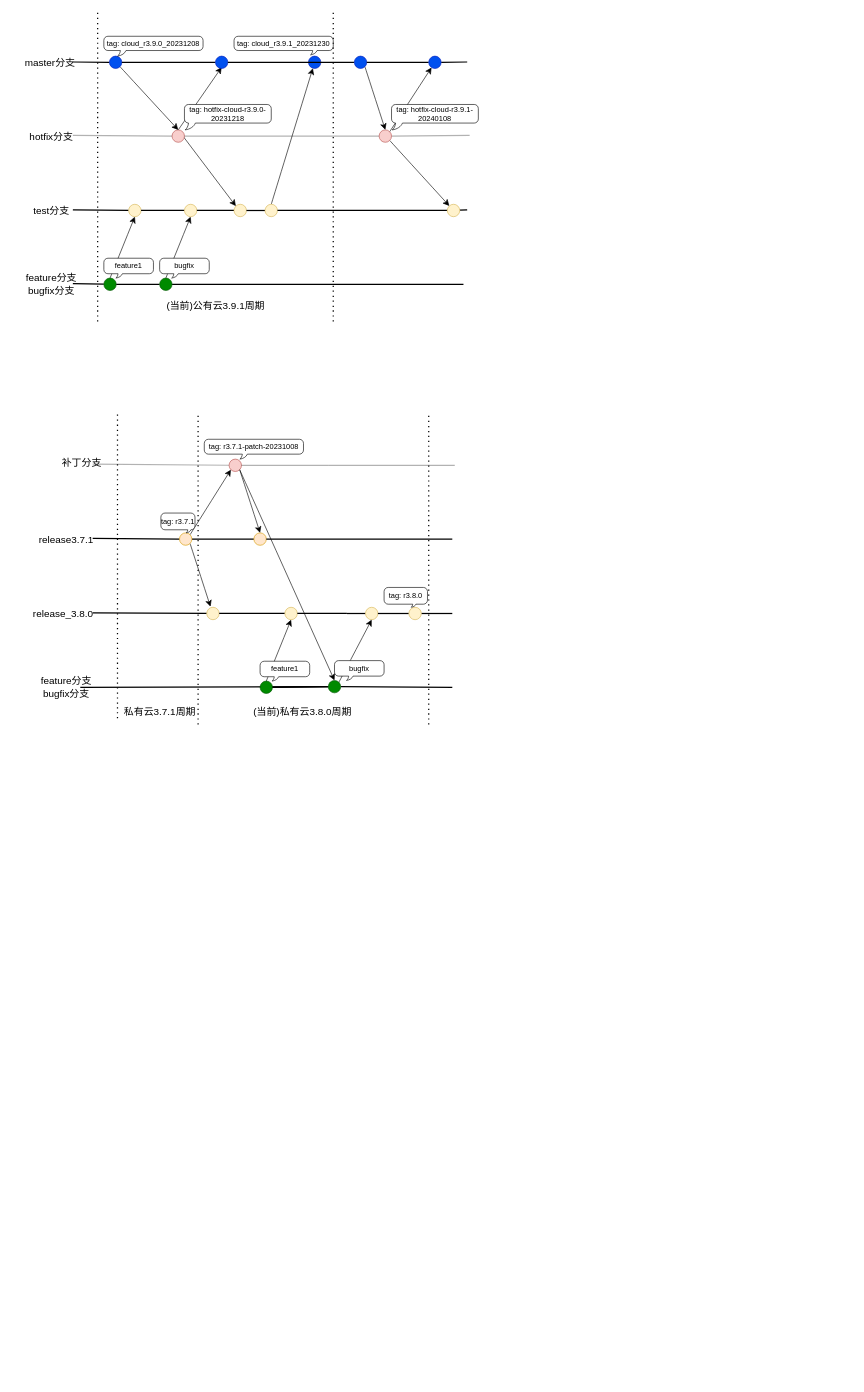
Before: 规范/公有云和智算中心分支流程.drawio in paochiang/draw, a draw.io diagram. Source tidied: cells renumbered, new cells numbered last; positions are measured from the earlier drawing's top-left corner, leaving out a move shared by most shapes. Both pictures are drawn from the tidied source at 62%, with x=0, y=0 at pixel (17, 11).
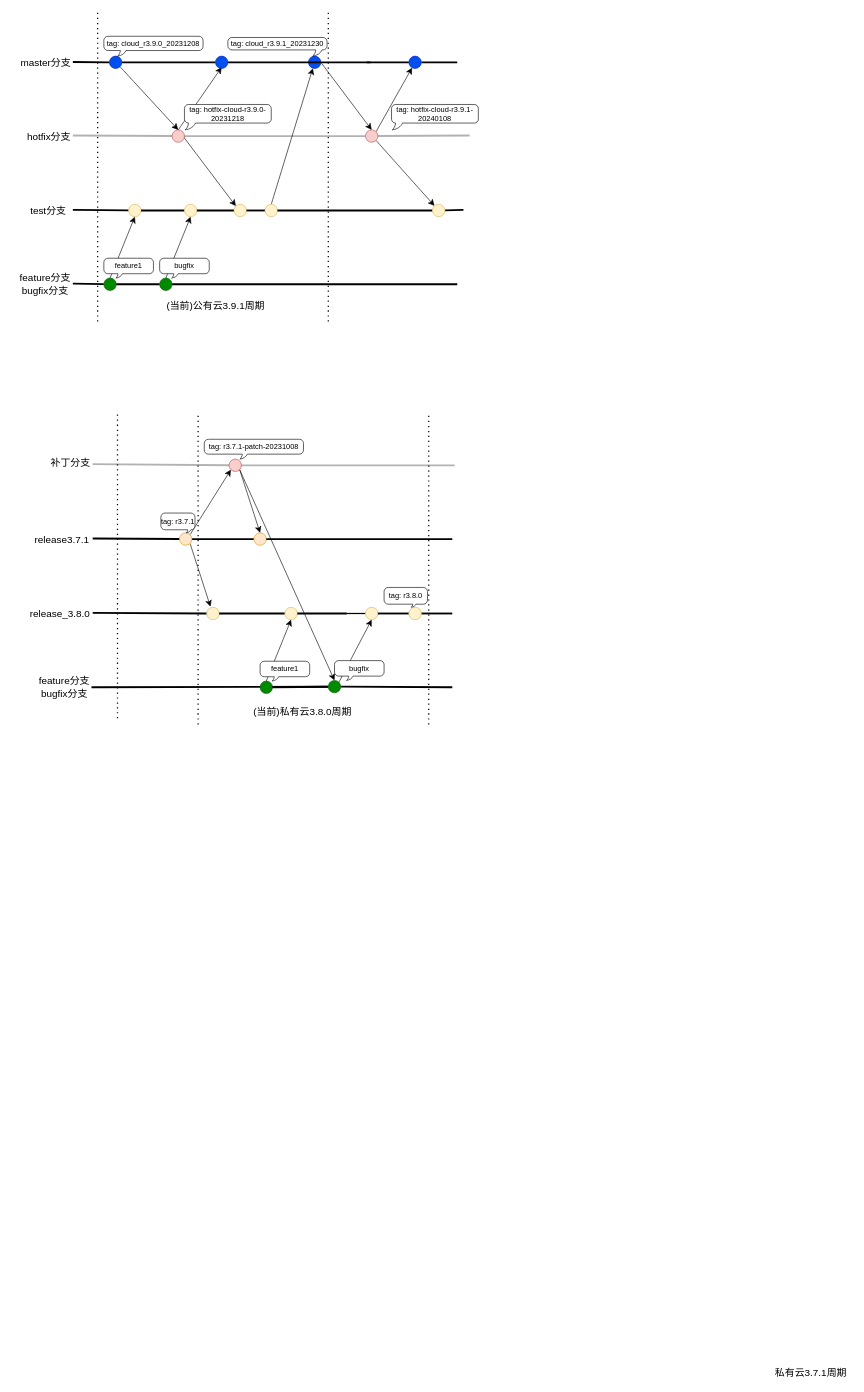
After the change.

Commit message (it also covers changes not shown here):
Update 规范/公有云和智算中心分支流程.drawio

Unchanged cells that the change refers to:
```xml
<mxCell id="13" style="ellipse;whiteSpace=wrap;html=1;fillColor=#008a00;strokeColor=#005700;fontColor=#ffffff;" parent="1" vertex="1">
  <mxGeometry x="140" y="430" width="20" height="20" as="geometry" />
</mxCell>
<mxCell id="17" style="ellipse;whiteSpace=wrap;html=1;fillColor=#f8cecc;strokeColor=#b85450;" parent="1" vertex="1">
  <mxGeometry x="250" y="191" width="20" height="20" as="geometry" />
</mxCell>
<mxCell id="20" style="ellipse;whiteSpace=wrap;html=1;fillColor=#0050ef;strokeColor=#001DBC;fontColor=#ffffff;" parent="1" vertex="1">
  <mxGeometry x="149" y="72" width="20" height="20" as="geometry" />
</mxCell>
<mxCell id="22" style="ellipse;whiteSpace=wrap;html=1;fillColor=#0050ef;strokeColor=#001DBC;fontColor=#ffffff;" parent="1" vertex="1">
  <mxGeometry x="320" y="72" width="20" height="20" as="geometry" />
</mxCell>
<mxCell id="24" style="ellipse;whiteSpace=wrap;html=1;fillColor=#fff2cc;strokeColor=#d6b656;" parent="1" vertex="1">
  <mxGeometry x="180" y="311" width="20" height="20" as="geometry" />
</mxCell>
<mxCell id="27" style="ellipse;whiteSpace=wrap;html=1;fillColor=#008a00;strokeColor=#005700;fontColor=#ffffff;" parent="1" vertex="1">
  <mxGeometry x="230" y="430" width="20" height="20" as="geometry" />
</mxCell>
<mxCell id="29" style="ellipse;whiteSpace=wrap;html=1;fillColor=#fff2cc;strokeColor=#d6b656;" parent="1" vertex="1">
  <mxGeometry x="270" y="311" width="20" height="20" as="geometry" />
</mxCell>
<mxCell id="31" style="ellipse;whiteSpace=wrap;html=1;fillColor=#fff2cc;strokeColor=#d6b656;" parent="1" vertex="1">
  <mxGeometry x="350" y="311" width="20" height="20" as="geometry" />
</mxCell>
<mxCell id="34" style="ellipse;whiteSpace=wrap;html=1;fillColor=#fff2cc;strokeColor=#d6b656;" parent="1" vertex="1">
  <mxGeometry x="400" y="311" width="20" height="20" as="geometry" />
</mxCell>
<mxCell id="35" style="ellipse;whiteSpace=wrap;html=1;fillColor=#0050ef;strokeColor=#001DBC;fontColor=#ffffff;" parent="1" vertex="1">
  <mxGeometry x="470" y="72" width="20" height="20" as="geometry" />
</mxCell>
<mxCell id="63" style="ellipse;whiteSpace=wrap;html=1;fillColor=#ffe6cc;strokeColor=#d79b00;" parent="1" vertex="1">
  <mxGeometry x="382" y="841" width="20" height="20" as="geometry" />
</mxCell>
<mxCell id="66" style="ellipse;whiteSpace=wrap;html=1;fillColor=#f8cecc;strokeColor=#b85450;" parent="1" vertex="1">
  <mxGeometry x="342" y="722" width="20" height="20" as="geometry" />
</mxCell>
<mxCell id="69" style="ellipse;whiteSpace=wrap;html=1;fillColor=#fff2cc;strokeColor=#d6b656;" parent="1" vertex="1">
  <mxGeometry x="306" y="961" width="20" height="20" as="geometry" />
</mxCell>
<mxCell id="72" style="ellipse;whiteSpace=wrap;html=1;fillColor=#008a00;strokeColor=#005700;fontColor=#ffffff;" parent="1" vertex="1">
  <mxGeometry x="392" y="1080" width="20" height="20" as="geometry" />
</mxCell>
<mxCell id="74" style="ellipse;whiteSpace=wrap;html=1;fillColor=#fff2cc;strokeColor=#d6b656;" parent="1" vertex="1">
  <mxGeometry x="432" y="961" width="20" height="20" as="geometry" />
</mxCell>
<mxCell id="77" style="ellipse;whiteSpace=wrap;html=1;fillColor=#fff2cc;strokeColor=#d6b656;" parent="1" vertex="1">
  <mxGeometry x="562" y="961" width="20" height="20" as="geometry" />
</mxCell>
<mxCell id="89" style="ellipse;whiteSpace=wrap;html=1;fillColor=#ffe6cc;strokeColor=#d79b00;" parent="1" vertex="1">
  <mxGeometry x="262" y="841" width="20" height="20" as="geometry" />
</mxCell>
<mxCell id="93" style="ellipse;whiteSpace=wrap;html=1;fillColor=#008a00;strokeColor=#005700;fontColor=#ffffff;" parent="1" vertex="1">
  <mxGeometry x="502" y="1079" width="20" height="20" as="geometry" />
</mxCell>
<mxCell id="97" style="ellipse;whiteSpace=wrap;html=1;fillColor=#fff2cc;strokeColor=#d6b656;" parent="1" vertex="1">
  <mxGeometry x="632" y="961" width="20" height="20" as="geometry" />
</mxCell>
```

Change to the diagram source:
```diff
@@
-    <mxCell id="2" style="endArrow=none;html=1;rounded=0;fontSize=12;startSize=8;endSize=8;curved=1;strokeWidth=2;opacity=30;" parent="1" edge="1" source="39">
+    <mxCell id="2" style="endArrow=none;html=1;rounded=0;fontSize=12;startSize=8;endSize=8;curved=1;strokeWidth=3;opacity=30;" parent="1" edge="1" source="39">
       <mxGeometry relative="1" as="geometry">
         <mxPoint x="730" y="200" as="targetPoint" />
       </mxGeometry>
     </mxCell>
     <mxCell id="3" value="hotfix分支" style="text;html=1;align=center;verticalAlign=middle;strokeColor=none;fillColor=none;fontSize=16;" parent="1" vertex="1">
-      <mxGeometry x="10" y="186" width="90" height="30" as="geometry" />
+      <mxGeometry x="6" y="186" width="90" height="30" as="geometry" />
     </mxCell>
-    <mxCell id="4" style="endArrow=none;html=1;rounded=0;fontSize=12;startSize=8;endSize=8;curved=1;strokeWidth=2;" parent="1" edge="1" source="44">
+    <mxCell id="4" style="endArrow=none;html=1;rounded=0;fontSize=12;startSize=8;endSize=8;curved=1;strokeWidth=3;" parent="1" edge="1" source="44">
       <mxGeometry relative="1" as="geometry">
-        <mxPoint x="726" y="320" as="targetPoint" />
+        <mxPoint x="720" y="320" as="targetPoint" />
       </mxGeometry>
     </mxCell>
     <mxCell id="5" value="test分支" style="text;html=1;align=center;verticalAlign=middle;strokeColor=none;fillColor=none;fontSize=16;" parent="1" vertex="1">
-      <mxGeometry x="15" y="306" width="80" height="30" as="geometry" />
+      <mxGeometry x="10" y="306" width="80" height="30" as="geometry" />
     </mxCell>
-    <mxCell id="6" style="endArrow=none;html=1;rounded=0;fontSize=12;startSize=8;endSize=8;curved=1;strokeWidth=2;" parent="1" edge="1" source="27">
+    <mxCell id="6" style="endArrow=none;html=1;rounded=0;fontSize=12;startSize=8;endSize=8;curved=1;strokeWidth=3;" parent="1" edge="1" source="27">
       <mxGeometry relative="1" as="geometry">
-        <mxPoint x="720" y="440" as="targetPoint" />
+        <mxPoint x="710" y="440" as="targetPoint" />
       </mxGeometry>
     </mxCell>
     <mxCell id="7" value="feature分支&lt;br&gt;bugfix分支" style="text;html=1;align=center;verticalAlign=middle;strokeColor=none;fillColor=none;fontSize=16;" parent="1" vertex="1">
-      <mxGeometry y="415" width="110" height="50" as="geometry" />
+      <mxGeometry x="-10" y="415" width="110" height="50" as="geometry" />
     </mxCell>
@@
-    <mxCell id="10" style="endArrow=none;html=1;rounded=0;fontSize=12;startSize=8;endSize=8;curved=1;strokeWidth=2;" parent="1" edge="1" source="46">
+    <mxCell id="10" style="endArrow=none;html=1;rounded=0;fontSize=12;startSize=8;endSize=8;curved=1;strokeWidth=3;" parent="1" edge="1" source="46">
       <mxGeometry relative="1" as="geometry">
-        <mxPoint x="726" y="81.5" as="targetPoint" />
+        <mxPoint x="710" y="82" as="targetPoint" />
       </mxGeometry>
     </mxCell>
     <mxCell id="11" value="master分支" style="text;html=1;align=center;verticalAlign=middle;strokeColor=none;fillColor=none;fontSize=16;" parent="1" vertex="1">
-      <mxGeometry x="3" y="67" width="100" height="30" as="geometry" />
+      <mxGeometry x="-4" y="67" width="100" height="30" as="geometry" />
     </mxCell>
-    <mxCell id="12" style="endArrow=none;html=1;rounded=0;fontSize=12;startSize=8;endSize=8;curved=1;strokeWidth=2;" parent="1" edge="1" target="13">
+    <mxCell id="12" style="endArrow=none;html=1;rounded=0;fontSize=12;startSize=8;endSize=8;curved=1;strokeWidth=3;" parent="1" edge="1" target="13">
       <mxGeometry relative="1" as="geometry">
         <mxPoint x="90" y="439" as="sourcePoint" />
       </mxGeometry>
     </mxCell>
@@
-    <mxCell id="15" style="endArrow=none;html=1;rounded=0;fontSize=12;startSize=8;endSize=8;curved=1;strokeWidth=2;opacity=30;" parent="1" edge="1" target="17">
+    <mxCell id="15" style="endArrow=none;html=1;rounded=0;fontSize=12;startSize=8;endSize=8;curved=1;strokeWidth=3;opacity=30;" parent="1" edge="1" target="17">
       <mxGeometry relative="1" as="geometry">
         <mxPoint x="90" y="200" as="sourcePoint" />
       </mxGeometry>
     </mxCell>
@@
-    <mxCell id="18" style="endArrow=none;html=1;rounded=0;fontSize=12;startSize=8;endSize=8;curved=1;strokeWidth=2;" parent="1" edge="1" target="20">
+    <mxCell id="18" style="endArrow=none;html=1;rounded=0;fontSize=12;startSize=8;endSize=8;curved=1;strokeWidth=3;" parent="1" edge="1" target="20">
       <mxGeometry relative="1" as="geometry">
         <mxPoint x="90" y="81.5" as="sourcePoint" />
       </mxGeometry>
     </mxCell>
@@
-    <mxCell id="21" style="endArrow=none;html=1;rounded=0;fontSize=12;startSize=8;endSize=8;curved=1;strokeWidth=2;" parent="1" edge="1" source="20" target="22">
+    <mxCell id="21" style="endArrow=none;html=1;rounded=0;fontSize=12;startSize=8;endSize=8;curved=1;strokeWidth=3;" parent="1" edge="1" source="20" target="22">
       <mxGeometry relative="1" as="geometry" />
     </mxCell>
@@
-    <mxCell id="23" style="endArrow=none;html=1;rounded=0;fontSize=12;startSize=8;endSize=8;curved=1;strokeWidth=2;" parent="1" edge="1" target="24">
+    <mxCell id="23" style="endArrow=none;html=1;rounded=0;fontSize=12;startSize=8;endSize=8;curved=1;strokeWidth=3;" parent="1" edge="1" target="24">
       <mxGeometry relative="1" as="geometry">
         <mxPoint x="90" y="320" as="sourcePoint" />
       </mxGeometry>
     </mxCell>
@@
-    <mxCell id="25" style="endArrow=none;html=1;rounded=0;fontSize=12;startSize=8;endSize=8;curved=1;strokeWidth=2;" parent="1" edge="1" source="13" target="27">
+    <mxCell id="25" style="endArrow=none;html=1;rounded=0;fontSize=12;startSize=8;endSize=8;curved=1;strokeWidth=3;" parent="1" edge="1" source="13" target="27">
       <mxGeometry relative="1" as="geometry" />
     </mxCell>
@@
-    <mxCell id="28" style="endArrow=none;html=1;rounded=0;fontSize=12;startSize=8;endSize=8;curved=1;strokeWidth=2;" parent="1" edge="1" source="24" target="29">
+    <mxCell id="28" style="endArrow=none;html=1;rounded=0;fontSize=12;startSize=8;endSize=8;curved=1;strokeWidth=3;" parent="1" edge="1" source="24" target="29">
       <mxGeometry relative="1" as="geometry" />
     </mxCell>
@@
-    <mxCell id="30" style="endArrow=none;html=1;rounded=0;fontSize=12;startSize=8;endSize=8;curved=1;strokeWidth=2;" parent="1" edge="1" source="29" target="31">
+    <mxCell id="30" style="endArrow=none;html=1;rounded=0;fontSize=12;startSize=8;endSize=8;curved=1;strokeWidth=3;" parent="1" edge="1" source="29" target="31">
       <mxGeometry relative="1" as="geometry" />
     </mxCell>
@@
-    <mxCell id="32" style="endArrow=none;html=1;rounded=0;fontSize=12;startSize=8;endSize=8;curved=1;strokeWidth=2;" parent="1" edge="1" source="31" target="34">
+    <mxCell id="32" style="endArrow=none;html=1;rounded=0;fontSize=12;startSize=8;endSize=8;curved=1;strokeWidth=3;" parent="1" edge="1" source="31" target="34">
       <mxGeometry relative="1" as="geometry" />
     </mxCell>
@@
-    <mxCell id="36" style="endArrow=none;html=1;rounded=0;fontSize=12;startSize=8;endSize=8;curved=1;strokeWidth=2;opacity=30;" parent="1" edge="1" source="17" target="39">
+    <mxCell id="36" style="endArrow=none;html=1;rounded=0;fontSize=12;startSize=8;endSize=8;curved=1;strokeWidth=3;opacity=30;" parent="1" edge="1" source="17" target="39">
       <mxGeometry relative="1" as="geometry" />
     </mxCell>
@@
     <mxCell id="39" style="ellipse;whiteSpace=wrap;html=1;fillColor=#f8cecc;strokeColor=#b85450;" parent="1" vertex="1">
-      <mxGeometry x="584" y="191" width="20" height="20" as="geometry" />
+      <mxGeometry x="562" y="191" width="20" height="20" as="geometry" />
     </mxCell>
-    <mxCell id="40" style="endArrow=none;html=1;rounded=0;fontSize=12;startSize=8;endSize=8;curved=1;strokeWidth=2;" parent="1" edge="1" source="22" target="42">
-      <mxGeometry relative="1" as="geometry" />
+    <mxCell id="40" style="endArrow=none;html=1;rounded=0;fontSize=12;startSize=8;endSize=8;curved=1;strokeWidth=3;" parent="1" edge="1" source="22">
+      <mxGeometry relative="1" as="geometry">
+        <mxPoint x="570" y="82" as="targetPoint" />
+      </mxGeometry>
     </mxCell>
-    <mxCell id="41" style="edgeStyle=none;curved=1;rounded=0;jettySize=auto;html=1;exitX=1;exitY=1;exitDx=0;exitDy=0;entryX=0.5;entryY=0;entryDx=0;entryDy=0;fontSize=12;startSize=8;endSize=8;" parent="1" edge="1" source="42" target="39">
+    <mxCell id="41" style="edgeStyle=none;curved=1;rounded=0;jettySize=auto;html=1;exitX=1;exitY=0.5;exitDx=0;exitDy=0;entryX=0.5;entryY=0;entryDx=0;entryDy=0;fontSize=12;startSize=8;endSize=8;" parent="1" edge="1" source="35" target="39">
       <mxGeometry relative="1" as="geometry" />
     </mxCell>
-    <mxCell id="42" style="ellipse;whiteSpace=wrap;html=1;fillColor=#0050ef;strokeColor=#001DBC;fontColor=#ffffff;" parent="1" vertex="1">
-      <mxGeometry x="544" y="72" width="20" height="20" as="geometry" />
-    </mxCell>
-    <mxCell id="43" style="endArrow=none;html=1;rounded=0;fontSize=12;startSize=8;endSize=8;curved=1;strokeWidth=2;" parent="1" edge="1" source="34" target="44">
+    <mxCell id="43" style="endArrow=none;html=1;rounded=0;fontSize=12;startSize=8;endSize=8;curved=1;strokeWidth=3;" parent="1" edge="1" source="34" target="44">
       <mxGeometry relative="1" as="geometry" />
     </mxCell>
     <mxCell id="44" style="ellipse;whiteSpace=wrap;html=1;fillColor=#fff2cc;strokeColor=#d6b656;" parent="1" vertex="1">
-      <mxGeometry x="694" y="311" width="20" height="20" as="geometry" />
+      <mxGeometry x="670" y="311" width="20" height="20" as="geometry" />
     </mxCell>
-    <mxCell id="45" style="endArrow=none;html=1;rounded=0;fontSize=12;startSize=8;endSize=8;curved=1;strokeWidth=2;" parent="1" edge="1" source="42" target="46">
-      <mxGeometry relative="1" as="geometry" />
+    <mxCell id="45" style="endArrow=none;html=1;rounded=0;fontSize=12;startSize=8;endSize=8;curved=1;strokeWidth=3;" parent="1" edge="1" target="46">
+      <mxGeometry relative="1" as="geometry">
+        <mxPoint x="564" y="82" as="sourcePoint" />
+      </mxGeometry>
     </mxCell>
     <mxCell id="46" style="ellipse;whiteSpace=wrap;html=1;fillColor=#0050ef;strokeColor=#001DBC;fontColor=#ffffff;" parent="1" vertex="1">
-      <mxGeometry x="664" y="72" width="20" height="20" as="geometry" />
+      <mxGeometry x="632" y="72" width="20" height="20" as="geometry" />
     </mxCell>
@@
-    <mxCell id="50" value="tag: cloud_r3.9.1_20231230" style="whiteSpace=wrap;html=1;shape=mxgraph.basic.roundRectCallout;dx=130.4;dy=7;size=6.6;boundedLbl=1;" parent="1" vertex="1">
-      <mxGeometry x="350" y="40" width="160" height="30" as="geometry" />
+    <mxCell id="50" value="tag: cloud_r3.9.1_20231230" style="whiteSpace=wrap;html=1;shape=mxgraph.basic.roundRectCallout;dx=146.87;dy=10;size=6.6;boundedLbl=1;" parent="1" vertex="1">
+      <mxGeometry x="340" y="42" width="160" height="30" as="geometry" />
     </mxCell>
     <mxCell id="51" style="endArrow=none;dashed=1;html=1;dashPattern=1 3;strokeWidth=2;rounded=0;fontSize=12;startSize=8;endSize=8;curved=1;" parent="1" edge="1">
       <mxGeometry relative="1" as="geometry">
-        <mxPoint x="510" y="500" as="sourcePoint" />
-        <mxPoint x="510" as="targetPoint" />
+        <mxPoint x="502" y="500" as="sourcePoint" />
+        <mxPoint x="502" as="targetPoint" />
       </mxGeometry>
     </mxCell>
@@
     <mxCell id="55" value="release3.7.1" style="text;html=1;align=center;verticalAlign=middle;strokeColor=none;fillColor=none;fontSize=16;" parent="1" vertex="1">
-      <mxGeometry x="24" y="836" width="110" height="30" as="geometry" />
+      <mxGeometry x="17" y="836" width="110" height="30" as="geometry" />
     </mxCell>
     <mxCell id="56" value="release_3.8.0" style="text;html=1;align=center;verticalAlign=middle;strokeColor=none;fillColor=none;fontSize=16;" parent="1" vertex="1">
-      <mxGeometry x="14" y="956" width="120" height="30" as="geometry" />
+      <mxGeometry x="9" y="956" width="120" height="30" as="geometry" />
     </mxCell>
-    <mxCell id="57" style="endArrow=none;html=1;rounded=0;fontSize=12;startSize=8;endSize=8;curved=1;strokeWidth=2;" parent="1" edge="1" source="93">
+    <mxCell id="57" style="endArrow=none;html=1;rounded=0;fontSize=12;startSize=8;endSize=8;curved=1;strokeWidth=3;" parent="1" edge="1" source="93">
       <mxGeometry relative="1" as="geometry">
         <mxPoint x="702" y="1090" as="targetPoint" />
       </mxGeometry>
     </mxCell>
     <mxCell id="58" value="feature分支&lt;br&gt;bugfix分支" style="text;html=1;align=center;verticalAlign=middle;strokeColor=none;fillColor=none;fontSize=16;" parent="1" vertex="1">
-      <mxGeometry x="24" y="1065" width="110" height="50" as="geometry" />
+      <mxGeometry x="21" y="1065" width="110" height="50" as="geometry" />
     </mxCell>
@@
     <mxCell id="60" value="补丁分支" style="text;html=1;align=center;verticalAlign=middle;strokeColor=none;fillColor=none;fontSize=16;" parent="1" vertex="1">
-      <mxGeometry x="59" y="712" width="90" height="30" as="geometry" />
+      <mxGeometry x="41" y="713" width="90" height="30" as="geometry" />
     </mxCell>
-    <mxCell id="61" style="endArrow=none;html=1;rounded=0;fontSize=12;startSize=8;endSize=8;curved=1;strokeWidth=2;" parent="1" edge="1" target="93">
+    <mxCell id="61" style="endArrow=none;html=1;rounded=0;fontSize=12;startSize=8;endSize=8;curved=1;strokeWidth=3;" parent="1" edge="1" target="93">
       <mxGeometry relative="1" as="geometry">
-        <mxPoint x="102" y="1090" as="sourcePoint" />
+        <mxPoint x="120" y="1090" as="sourcePoint" />
       </mxGeometry>
     </mxCell>
-    <mxCell id="62" style="endArrow=none;html=1;rounded=0;fontSize=12;startSize=8;endSize=8;curved=1;strokeWidth=2;" parent="1" edge="1" source="89" target="63">
+    <mxCell id="62" style="endArrow=none;html=1;rounded=0;fontSize=12;startSize=8;endSize=8;curved=1;strokeWidth=3;" parent="1" edge="1" source="89" target="63">
       <mxGeometry relative="1" as="geometry" />
     </mxCell>
@@
-    <mxCell id="64" style="endArrow=none;html=1;rounded=0;fontSize=12;startSize=8;endSize=8;curved=1;strokeWidth=2;opacity=30;" parent="1" edge="1" target="66">
+    <mxCell id="64" style="endArrow=none;html=1;rounded=0;fontSize=12;startSize=8;endSize=8;curved=1;strokeWidth=3;opacity=30;" parent="1" edge="1" target="66">
       <mxGeometry relative="1" as="geometry">
         <mxPoint x="122" y="730" as="sourcePoint" />
       </mxGeometry>
     </mxCell>
@@
-    <mxCell id="67" style="endArrow=none;html=1;rounded=0;fontSize=12;startSize=8;endSize=8;curved=1;strokeWidth=2;opacity=30;" parent="1" edge="1" source="66">
+    <mxCell id="67" style="endArrow=none;html=1;rounded=0;fontSize=12;startSize=8;endSize=8;curved=1;strokeWidth=3;opacity=30;" parent="1" edge="1" source="66">
       <mxGeometry relative="1" as="geometry">
         <mxPoint x="502" y="732" as="targetPoint" />
       </mxGeometry>
     </mxCell>
-    <mxCell id="68" style="endArrow=none;html=1;rounded=0;fontSize=12;startSize=8;endSize=8;curved=1;strokeWidth=2;" parent="1" edge="1" target="69">
+    <mxCell id="68" style="endArrow=none;html=1;rounded=0;fontSize=12;startSize=8;endSize=8;curved=1;strokeWidth=3;" parent="1" edge="1" target="69">
       <mxGeometry relative="1" as="geometry">
         <mxPoint x="122" y="970" as="sourcePoint" />
       </mxGeometry>
     </mxCell>
@@
-    <mxCell id="73" style="endArrow=none;html=1;rounded=0;fontSize=12;startSize=8;endSize=8;curved=1;strokeWidth=2;" parent="1" edge="1" source="69" target="74">
+    <mxCell id="73" style="endArrow=none;html=1;rounded=0;fontSize=12;startSize=8;endSize=8;curved=1;strokeWidth=3;" parent="1" edge="1" source="69" target="74">
       <mxGeometry relative="1" as="geometry" />
     </mxCell>
@@
-    <mxCell id="75" style="endArrow=none;html=1;rounded=0;fontSize=12;startSize=8;endSize=8;curved=1;strokeWidth=2;" parent="1" edge="1" source="74">
+    <mxCell id="75" style="endArrow=none;html=1;rounded=0;fontSize=12;startSize=8;endSize=8;curved=1;strokeWidth=3;" parent="1" edge="1" source="74">
       <mxGeometry relative="1" as="geometry">
         <mxPoint x="532" y="971" as="targetPoint" />
       </mxGeometry>
     </mxCell>
@@
-    <mxCell id="78" style="endArrow=none;html=1;rounded=0;fontSize=12;startSize=8;endSize=8;curved=1;strokeWidth=2;" parent="1" edge="1" source="63">
+    <mxCell id="78" style="endArrow=none;html=1;rounded=0;fontSize=12;startSize=8;endSize=8;curved=1;strokeWidth=3;" parent="1" edge="1" source="63">
       <mxGeometry relative="1" as="geometry">
         <mxPoint x="702" y="851" as="targetPoint" />
       </mxGeometry>
     </mxCell>
-    <mxCell id="79" style="endArrow=none;html=1;rounded=0;fontSize=12;startSize=8;endSize=8;curved=1;strokeWidth=2;opacity=30;" parent="1" edge="1">
+    <mxCell id="79" style="endArrow=none;html=1;rounded=0;fontSize=12;startSize=8;endSize=8;curved=1;strokeWidth=3;opacity=30;" parent="1" edge="1">
       <mxGeometry relative="1" as="geometry">
         <mxPoint x="502" y="732" as="sourcePoint" />
         <mxPoint x="706" y="732" as="targetPoint" />
       </mxGeometry>
     </mxCell>
-    <mxCell id="80" style="endArrow=none;html=1;rounded=0;fontSize=12;startSize=8;endSize=8;curved=1;strokeWidth=2;" parent="1" edge="1" source="97">
+    <mxCell id="80" style="endArrow=none;html=1;rounded=0;fontSize=12;startSize=8;endSize=8;curved=1;strokeWidth=3;" parent="1" edge="1" source="97">
       <mxGeometry relative="1" as="geometry">
         <mxPoint x="702" y="971" as="targetPoint" />
       </mxGeometry>
     </mxCell>
@@
     <mxCell id="84" value="私有云3.7.1周期" style="text;html=1;align=center;verticalAlign=middle;strokeColor=none;fillColor=none;fontSize=16;" parent="1" vertex="1">
-      <mxGeometry x="160" y="1115" width="140" height="30" as="geometry" />
+      <mxGeometry x="1210" y="2180" width="140" height="30" as="geometry" />
     </mxCell>
@@
-    <mxCell id="86" style="endArrow=none;html=1;rounded=0;fontSize=12;startSize=8;endSize=8;curved=1;strokeWidth=2;" parent="1" edge="1" target="89">
+    <mxCell id="86" style="endArrow=none;html=1;rounded=0;fontSize=12;startSize=8;endSize=8;curved=1;strokeWidth=3;" parent="1" edge="1" target="89">
       <mxGeometry relative="1" as="geometry">
         <mxPoint x="122" y="850" as="sourcePoint" />
       </mxGeometry>
     </mxCell>
@@
-    <mxCell id="91" style="endArrow=none;html=1;rounded=0;fontSize=12;startSize=8;endSize=8;curved=1;strokeWidth=2;" parent="1" edge="1" source="72" target="93">
+    <mxCell id="91" style="endArrow=none;html=1;rounded=0;fontSize=12;startSize=8;endSize=8;curved=1;strokeWidth=3;" parent="1" edge="1" source="72" target="93">
       <mxGeometry relative="1" as="geometry" />
     </mxCell>
@@
-    <mxCell id="96" style="endArrow=none;html=1;rounded=0;fontSize=12;startSize=8;endSize=8;curved=1;strokeWidth=2;" parent="1" edge="1" source="77" target="97">
+    <mxCell id="96" style="endArrow=none;html=1;rounded=0;fontSize=12;startSize=8;endSize=8;curved=1;strokeWidth=3;" parent="1" edge="1" source="77" target="97">
       <mxGeometry relative="1" as="geometry" />
     </mxCell>
```
